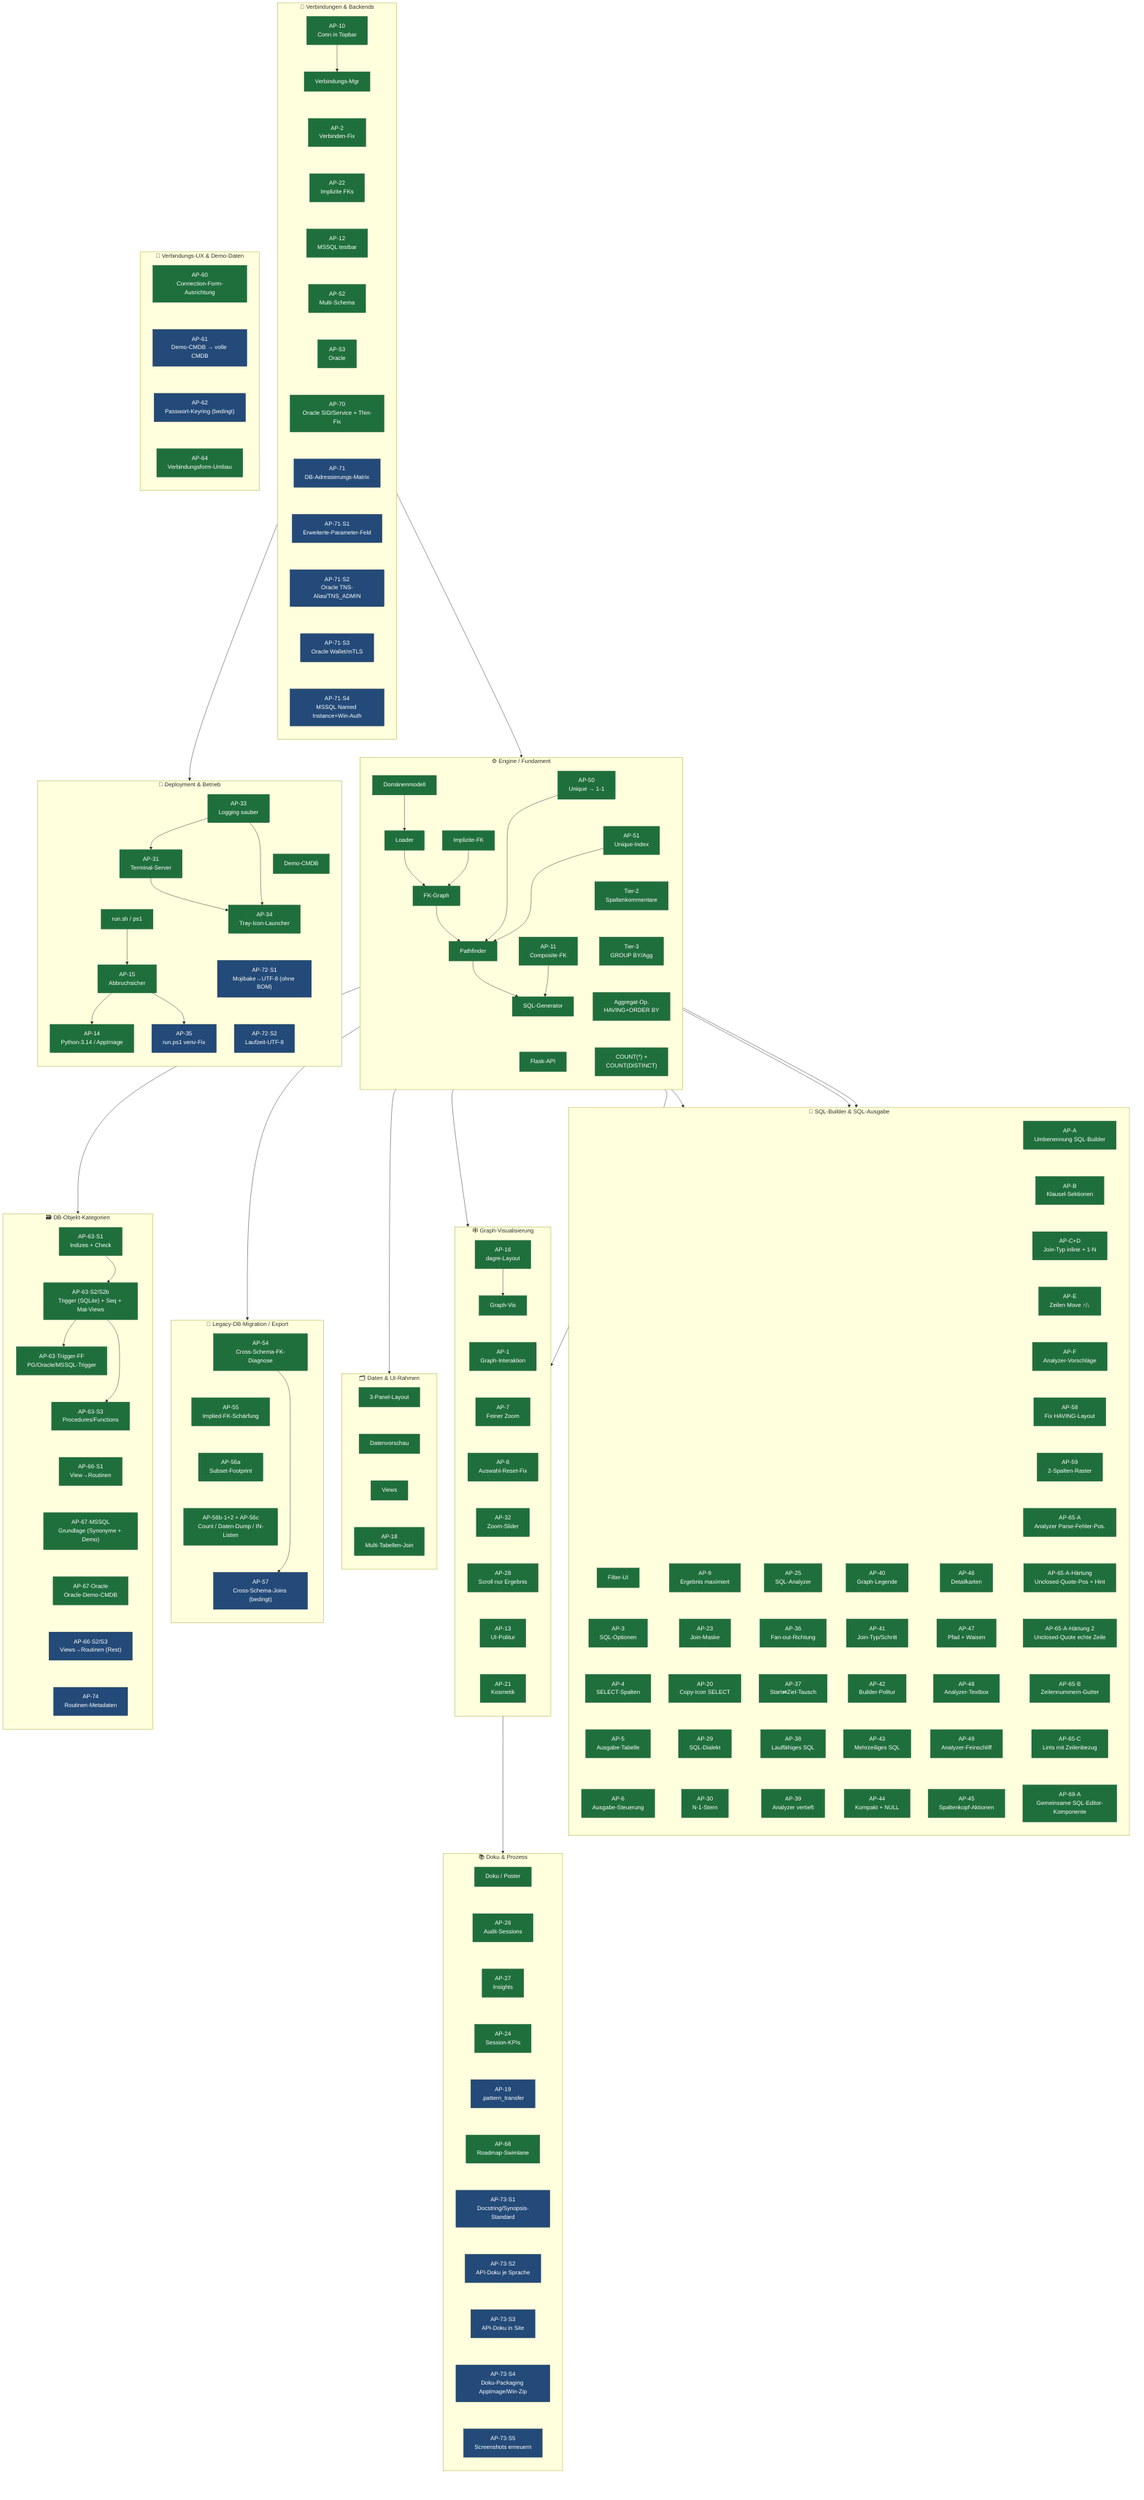
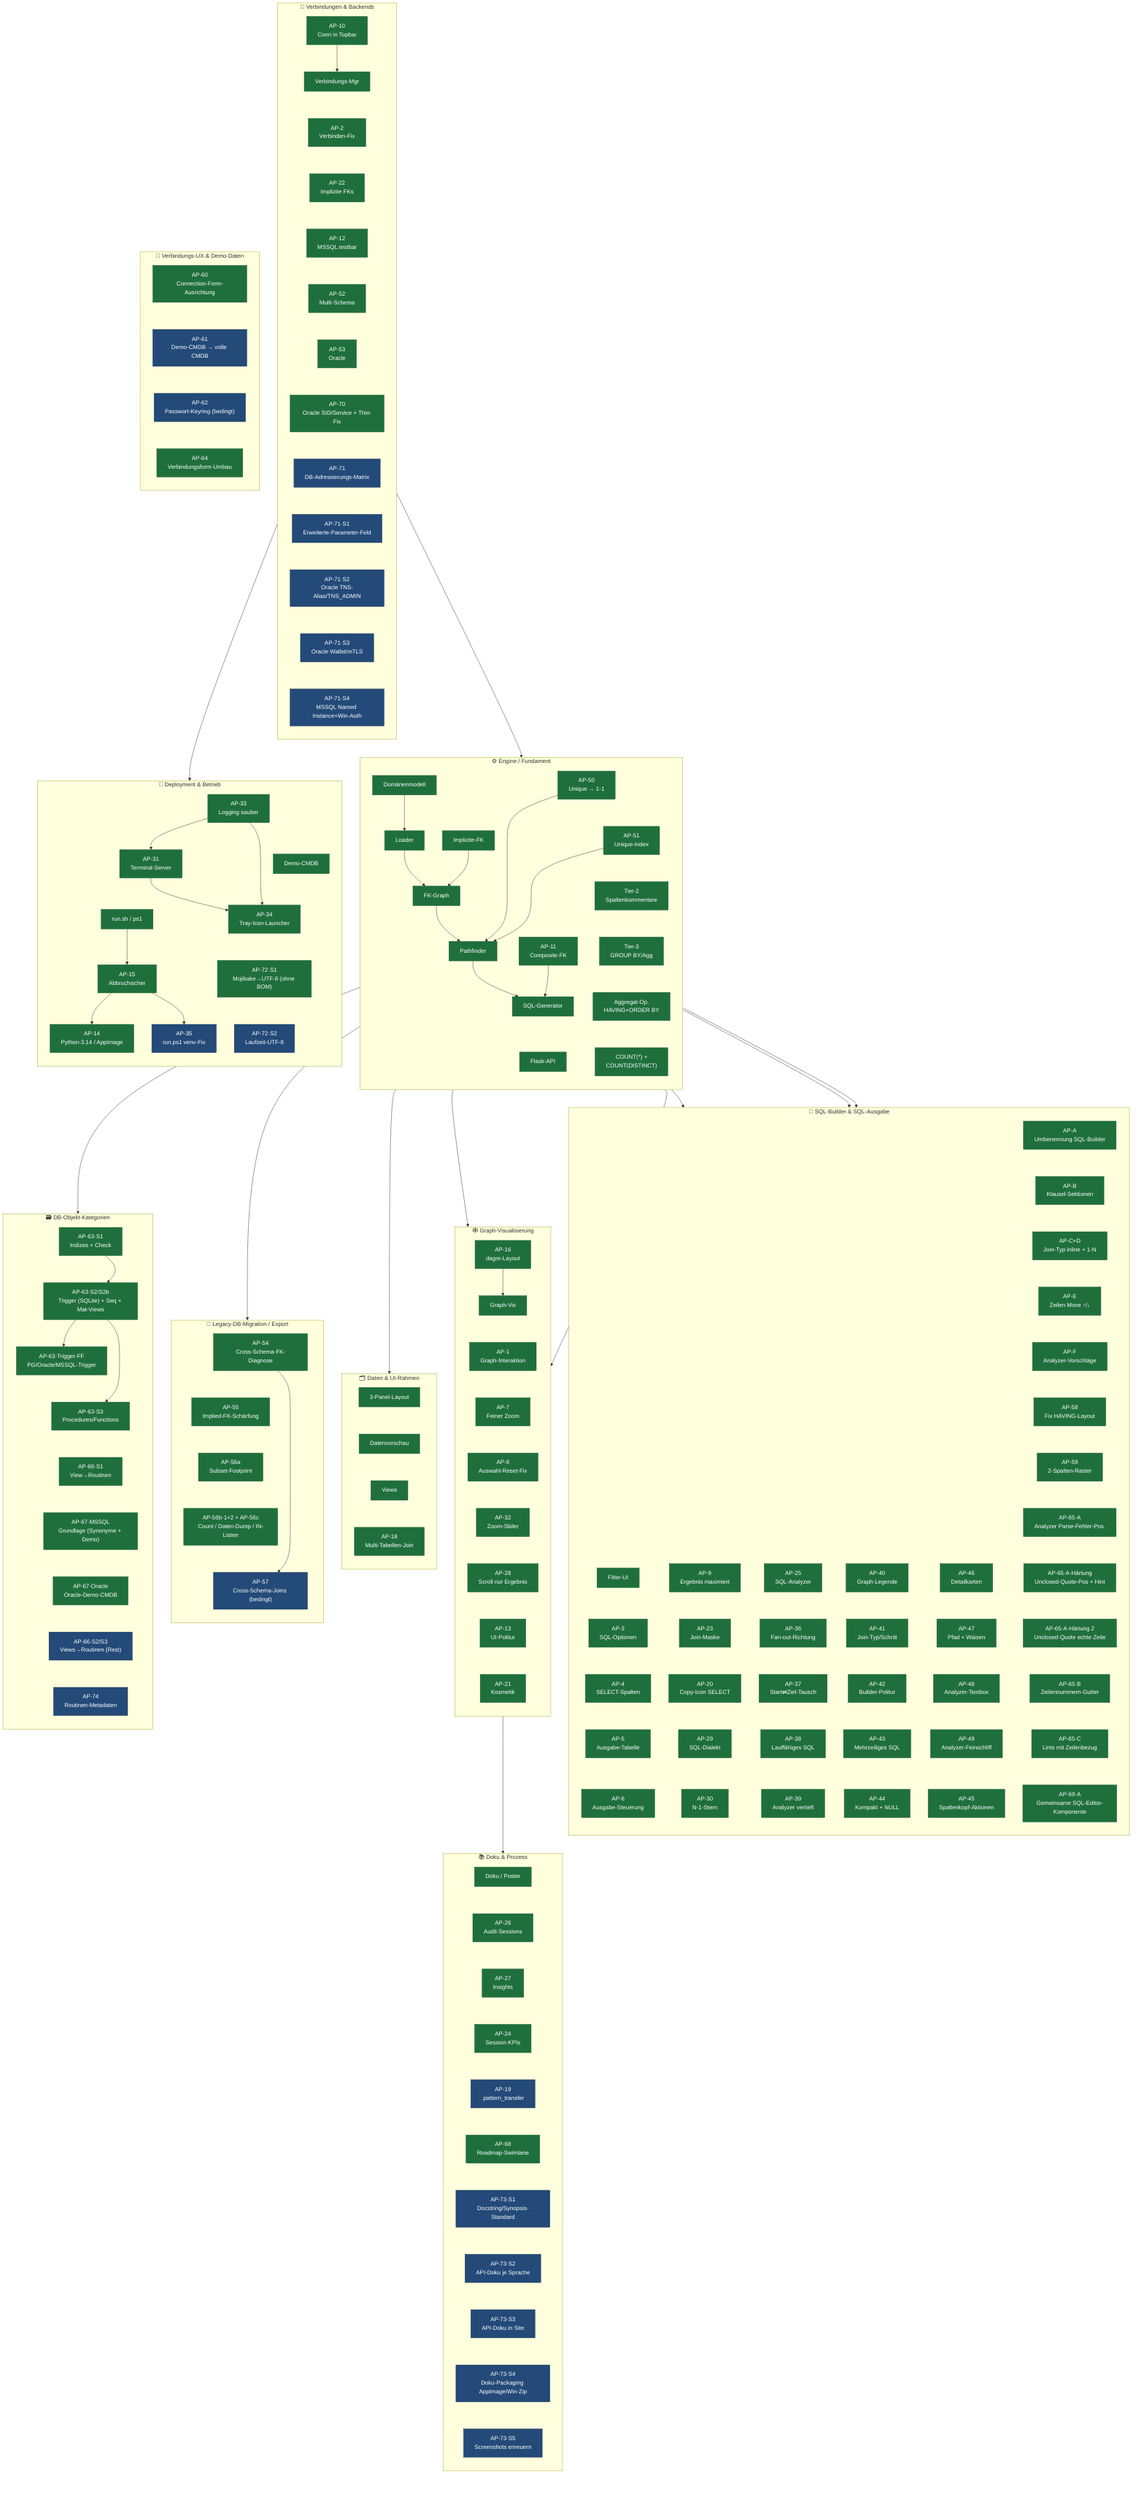
flowchart TB
    classDef done fill:#1f6f3c,color:#fff,stroke:#1a5c32,stroke-width:1px
    classDef plan fill:#234a78,color:#fff,stroke:#16314f,stroke-width:1px

    %% ── C1 · Engine / Fundament ──────────────────────────────────────────
    subgraph C1["⚙️  Engine / Fundament"]
        direction TB
        E1["Domänenmodell"]
        E2["Loader"]
        E3["FK-Graph"]
        E4["Pathfinder"]
        E5["SQL-Generator"]
        E6["Flask-API"]
        E7["AP-11\nComposite-FK"]
        E8["Implizite-FK"]
        E9["AP-50\nUnique → 1-1"]
        E10["AP-51\nUnique-Index"]
        E11["Tier-2\nSpaltenkommentare"]
        E12["Tier-3\nGROUP BY/Agg"]
        E13["Aggregat-Op.\nHAVING+ORDER BY"]
        E14["COUNT(*) +\nCOUNT(DISTINCT)"]
        E1 --> E2 --> E3 --> E4 --> E5
        E7 --> E5
        E8 --> E3
        E9 --> E4
        E10 --> E4
        E5 ~~~ E6
        E9 ~~~ E10
        E10 ~~~ E11
        E11 ~~~ E12
        E12 ~~~ E13
        E13 ~~~ E14
    end

    %% ── C2 · Verbindungen & Backends ─────────────────────────────────────
    subgraph C2["🔌  Verbindungen & Backends"]
        direction TB
        V1["Verbindungs-Mgr"]
        V2["AP-2\nVerbinden-Fix"]
        V3["AP-10\nConn in Topbar"]
        V4["AP-12\nMSSQL testbar"]
        V5["AP-22\nImplizite FKs"]
        V6["AP-52\nMulti-Schema"]
        V7["AP-53\nOracle"]
        V8["AP-70\nOracle SID/Service + Thin-Fix"]
        V9["AP-71\nDB-Adressierungs-Matrix"]
        V10["AP-71·S1\nErweiterte-Parameter-Feld"]
        V11["AP-71·S2\nOracle TNS-Alias/TNS_ADMIN"]
        V12["AP-71·S3\nOracle Wallet/mTLS"]
        V13["AP-71·S4\nMSSQL Named Instance+Win-Auth"]
        V3 --> V1
        V1 ~~~ V2 ~~~ V5 ~~~ V4 ~~~ V6 ~~~ V7 ~~~ V8 ~~~ V9 ~~~ V10 ~~~ V11 ~~~ V12 ~~~ V13
    end

    %% ── C3 · SQL-Builder & SQL-Ausgabe ──────────────────────────────────
    subgraph C3["🧩  SQL-Builder & SQL-Ausgabe"]
        direction TB
        J1["Filter-UI"]
        J2["AP-3\nSQL-Optionen"]
        J3["AP-4\nSELECT-Spalten"]
        J4["AP-5\nAusgabe-Tabelle"]
        J5["AP-6\nAusgabe-Steuerung"]
        J6["AP-9\nErgebnis maximiert"]
        J7["AP-23\nJoin-Maske"]
        J8["AP-20\nCopy-Icon SELECT"]
        J9["AP-29\nSQL-Dialekt"]
        J10["AP-30\nN-1-Stern"]
        J11["AP-25\nSQL-Analyzer"]
        J12["AP-36\nFan-out-Richtung"]
        J13["AP-37\nStart⇄Ziel-Tausch"]
        J14["AP-38\nLauffähiges SQL"]
        J15["AP-39\nAnalyzer vertieft"]
        J16["AP-40\nGraph-Legende"]
        J17["AP-41\nJoin-Typ/Schritt"]
        J18["AP-42\nBuilder-Politur"]
        J19["AP-43\nMehrzeiliges SQL"]
        J20["AP-44\nKompakt + NULL"]
        J21["AP-46\nDetailkarten"]
        J22["AP-47\nPfad + Waisen"]
        J23["AP-48\nAnalyzer-Textbox"]
        J24["AP-49\nAnalyzer-Feinschliff"]
        J25["AP-45\nSpaltenkopf-Aktionen"]
        J26["AP-A\nUmbenennung SQL-Builder"]
        J27["AP-B\nKlausel-Sektionen"]
        J28["AP-C+D\nJoin-Typ inline + 1-N"]
        J29["AP-E\nZeilen Move ↑/↓"]
        J30["AP-F\nAnalyzer-Vorschläge"]
        J31["AP-58\nFix HAVING-Layout"]
        J32["AP-59\n2-Spalten-Raster"]
        J33["AP-65·A\nAnalyzer Parse-Fehler-Pos."]
        J35["AP-65·A-Härtung\nUnclosed-Quote-Pos + Hint"]
        J36["AP-65·A-Härtung 2\nUnclosed-Quote echte Zeile"]
        J37["AP-65·B\nZeilennummern-Gutter"]
        J34["AP-65·C\nLints mit Zeilenbezug"]
        J38["AP-69·A\nGemeinsame SQL-Editor-Komponente"]
        %% In 5 parallele Spalten gepackt (statt einer 25-Boxen-Säule) → kompaktes Gitter
        J1 ~~~ J2 ~~~ J3 ~~~ J4 ~~~ J5
        J6 ~~~ J7 ~~~ J8 ~~~ J9 ~~~ J10
        J11 ~~~ J12 ~~~ J13 ~~~ J14 ~~~ J15
        J16 ~~~ J17 ~~~ J18 ~~~ J19 ~~~ J20
        J21 ~~~ J22 ~~~ J23 ~~~ J24 ~~~ J25
        J26 ~~~ J27 ~~~ J28 ~~~ J29 ~~~ J30 ~~~ J31 ~~~ J32 ~~~ J33 ~~~ J35 ~~~ J36 ~~~ J37 ~~~ J34 ~~~ J38
    end

    %% ── C4 · Graph-Visualisierung ────────────────────────────────────────
    subgraph C4["🕸️  Graph-Visualisierung"]
        direction TB
        G1["Graph-Vis"]
        G2["AP-1\nGraph-Interaktion"]
        G3["AP-7\nFeiner Zoom"]
        G4["AP-8\nAuswahl-Reset-Fix"]
        G5["AP-16\ndagre-Layout"]
        G6["AP-32\nZoom-Slider"]
        G7["AP-28\nScroll nur Ergebnis"]
        G8["AP-13\nUI-Politur"]
        G9["AP-21\nKosmetik"]
        G5 --> G1
        G1 ~~~ G2 ~~~ G3 ~~~ G4 ~~~ G6 ~~~ G7 ~~~ G8 ~~~ G9
    end

    %% ── C5 · Daten & UI-Rahmen ───────────────────────────────────────────
    subgraph C5["🗂️  Daten & UI-Rahmen"]
        direction TB
        D1["3-Panel-Layout"]
        D2["Datenvorschau"]
        D3["Views"]
        D4["AP-18\nMulti-Tabellen-Join"]
        D1 ~~~ D2 ~~~ D3 ~~~ D4
    end

    %% ── C6 · Deployment & Betrieb ────────────────────────────────────────
    subgraph C6["🚀  Deployment & Betrieb"]
        direction TB
        B1["Demo-CMDB"]
        B2["run.sh / ps1"]
        B3["AP-15\nAbbruchsicher"]
        B4["AP-14\nPython-3.14 / AppImage"]
        B5["AP-35\nrun.ps1 venv-Fix"]
        B7["AP-31\nTerminal-Server"]
        B8["AP-33\nLogging sauber"]
        B9["AP-34\nTray-Icon-Launcher"]
        B10["AP-72·S1\nMojibake→UTF-8 (ohne BOM)"]
        B11["AP-72·S2\nLaufzeit-UTF-8"]
        B2 --> B3
        B3 --> B4
        B3 --> B5
        B8 --> B7
        B7 --> B9
        B8 --> B9
        B1 ~~~ B9 ~~~ B10 ~~~ B11
    end

    %% ── C7 · Doku & Prozess ──────────────────────────────────────────────
    subgraph C7["📚  Doku & Prozess"]
        direction TB
        K1["Doku / Poster"]
        K2["AP-26\nAudit-Sessions"]
        K3["AP-27\nInsights"]
        K5["AP-24\nSession-KPIs"]
        K4["AP-19\n.pattern_transfer"]
        K6["AP-68\nRoadmap-Swimlane"]
        K7["AP-73·S1\nDocstring/Synopsis-Standard"]
        K8["AP-73·S2\nAPI-Doku je Sprache"]
        K9["AP-73·S3\nAPI-Doku in Site"]
        K10["AP-73·S4\nDoku-Packaging AppImage/Win-Zip"]
        K11["AP-73·S5\nScreenshots erneuern"]
        K1 ~~~ K2 ~~~ K3 ~~~ K5 ~~~ K4 ~~~ K6 ~~~ K7 ~~~ K8 ~~~ K9 ~~~ K10 ~~~ K11
    end

    %% ── C8 · Legacy-DB-Migration / Export (geplant) ──────────────────────
    subgraph C8["🧬  Legacy-DB-Migration / Export"]
        direction TB
        M1["AP-54\nCross-Schema-FK-Diagnose"]
        M2["AP-55\nImplied-FK-Schärfung"]
        M3["AP-56a\nSubset-Footprint"]
        M3b["AP-56b·1+2 + AP-56c\nCount / Daten-Dump / IN-Listen"]
        M4["AP-57\nCross-Schema-Joins (bedingt)"]
        M1 ~~~ M2 ~~~ M3 ~~~ M3b ~~~ M4
    end

    %% ── C9 · DB-Objekt-Kategorien (geplant) ──────────────────────────────
    subgraph C9["🗃️  DB-Objekt-Kategorien"]
        direction TB
        O1["AP-63·S1\nIndizes + Check"]
        O2["AP-63·S2/S2b\nTrigger (SQLite) + Seq + Mat-Views"]
        O2b["AP-63·Trigger-FF\nPG/Oracle/MSSQL-Trigger"]
        O3["AP-63·S3\nProcedures/Functions"]
        O4["AP-66·S1\nView→Routinen"]
        O5["AP-67·MSSQL\nGrundlage (Synonyme + Demo)"]
        O6["AP-67·Oracle\nOracle-Demo-CMDB"]
        O4b["AP-66·S2/S3\nViews→Routinen (Rest)"]
        O7["AP-74\nRoutinen-Metadaten"]
        O1 ~~~ O2 ~~~ O2b ~~~ O3 ~~~ O4 ~~~ O5 ~~~ O6 ~~~ O4b ~~~ O7
    end

    %% ── C10 · Verbindungs-UX & Demo-Daten (geplant) ──────────────────────
    subgraph C10["🔧  Verbindungs-UX & Demo-Daten"]
        direction TB
        P1["AP-60\nConnection-Form-Ausrichtung"]
        P2["AP-61\nDemo-CMDB → volle CMDB"]
        P3["AP-62\nPasswort-Keyring (bedingt)"]
        P4["AP-64\nVerbindungsform-Umbau"]
        P1 ~~~ P2 ~~~ P3 ~~~ P4
    end

    %% ── Cluster-übergreifende Abhängigkeiten ─────────────────────────────
    V1 --> E2
    M1 --> M4
    E2 --> M1
    E2 --> O1
    O1 --> O2 --> O2b
    O2 --> O3
    E5 --> J1
    E5 --> J9
    E5 --> J11
    E4 --> G2
    E3 --> G1
    E6 --> D1
    V4 --> B7
    G5 --> K2

    class E1,E2,E3,E4,E5,E6,E7,E8,E9,E10,E11,E12,E13,E14 done
    class V1,V2,V3,V4,V5,V6,V7 done
    class J1,J2,J3,J4,J5,J6,J7,J8,J9,J10,J11,J12,J13,J14,J15,J16,J17,J18,J19,J20,J21,J22,J23,J24,J25,J26,J27,J28,J29,J30,J31,J32,J33,J35,J36,J37,J34,J38 done
    class G1,G2,G3,G4,G5,G6,G7,G8,G9 done
    class D1,D2,D3,D4 done
    class B1,B2,B3,B4,B7,B8,B9 done
    class B5 plan
    class K1,K2,K3,K5,K6 done
    class K4 plan
    class M3,M3b done
    class M4 plan
    class M2 done
    class M1 done
    class O1,O2,O2b,O3,O4,O5,O6 done
    class O4b,O7 plan
    class P2,P3 plan
    class P1,P4 done
    class V8 done
    class V9,V10,V11,V12,V13 plan
-     class B10,B11 plan
+     class B10 done
+     class B11 plan
    class K7,K8,K9,K10,K11 plan
